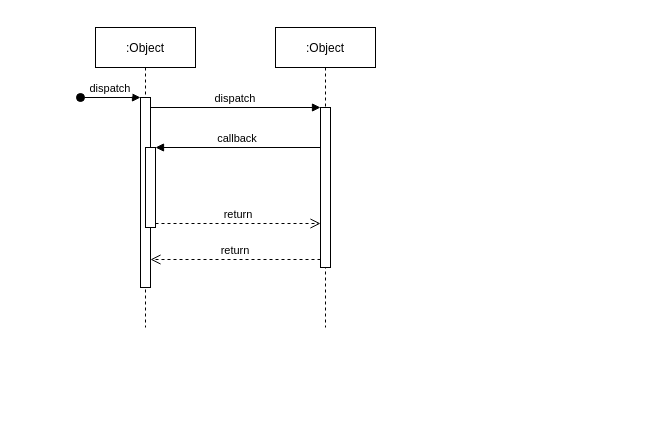
Before: Untitled Diagram.drawio in donghyeok-dev/demo, a draw.io diagram. Source tidied: cells renumbered, new cells numbered last; positions are measured from the earlier drawing's top-left corner, leaving out a move shared by most shapes. Both pictures are drawn from the tidied source at 100%, with x=0, y=0 at pixel (80, 27).
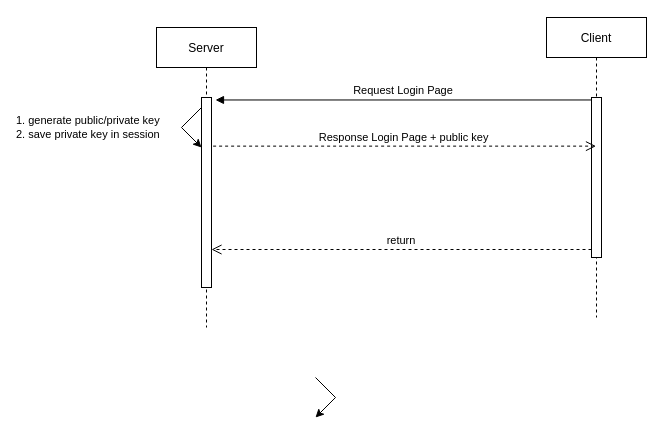
Above is the later version.

Change to the diagram source:
```diff
@@
 <mxGraphModel>
   <root>
     <mxCell id="0" />
     <mxCell id="1" parent="0" />
-    <mxCell id="2" value=":Object" style="shape=umlLifeline;perimeter=lifelinePerimeter;rounded=0;shadow=0;strokeWidth=1;" parent="1" vertex="1">
-      <mxGeometry x="15" width="100" height="300" as="geometry" />
+    <mxCell id="2" value="Server" style="shape=umlLifeline;perimeter=lifelinePerimeter;rounded=0;shadow=0;strokeWidth=1;" parent="1" vertex="1">
+      <mxGeometry x="76" width="100" height="300" as="geometry" />
     </mxCell>
     <mxCell id="3" style="points=[];perimeter=orthogonalPerimeter;rounded=0;shadow=0;strokeWidth=1;" parent="2" vertex="1">
       <mxGeometry x="45" y="70" width="10" height="190" as="geometry" />
     </mxCell>
-    <mxCell id="4" value="dispatch" style="verticalAlign=bottom;startArrow=oval;endArrow=block;startSize=8;shadow=0;strokeWidth=1;" parent="2" edge="1" target="3">
-      <mxGeometry relative="1" as="geometry">
-        <mxPoint x="-15" y="70" as="sourcePoint" />
-      </mxGeometry>
-    </mxCell>
-    <mxCell id="5" style="points=[];perimeter=orthogonalPerimeter;rounded=0;shadow=0;strokeWidth=1;" parent="2" vertex="1">
-      <mxGeometry x="50" y="120" width="10" height="80" as="geometry" />
-    </mxCell>
+    <mxCell id="12" value="1. generate&amp;nbsp;public/private key&lt;br&gt;2. save private key in session" style="endArrow=classic;html=1;rounded=0;align=left;" parent="2" edge="1">
+      <mxGeometry y="-166" relative="1" as="geometry">
+        <mxPoint x="45" y="80" as="sourcePoint" />
+        <mxPoint x="45" y="120" as="targetPoint" />
+        <Array as="points">
+          <mxPoint x="25" y="100" />
+        </Array>
+        <mxPoint x="-49" y="-117" as="offset" />
+      </mxGeometry>
+    </mxCell>
-    <mxCell id="6" value=":Object" style="shape=umlLifeline;perimeter=lifelinePerimeter;rounded=0;shadow=0;strokeWidth=1;" parent="1" vertex="1">
-      <mxGeometry x="195" width="100" height="300" as="geometry" />
+    <mxCell id="6" value="Client" style="shape=umlLifeline;perimeter=lifelinePerimeter;rounded=0;shadow=0;strokeWidth=1;" parent="1" vertex="1">
+      <mxGeometry x="466" y="-10" width="100" height="300" as="geometry" />
     </mxCell>
     <mxCell id="7" style="points=[];perimeter=orthogonalPerimeter;rounded=0;shadow=0;strokeWidth=1;" parent="6" vertex="1">
       <mxGeometry x="45" y="80" width="10" height="160" as="geometry" />
     </mxCell>
     <mxCell id="8" value="return" style="verticalAlign=bottom;endArrow=open;dashed=1;endSize=8;exitX=0;exitY=0.95;shadow=0;strokeWidth=1;" parent="1" edge="1" source="7" target="3">
       <mxGeometry relative="1" as="geometry" />
     </mxCell>
-    <mxCell id="9" value="dispatch" style="verticalAlign=bottom;endArrow=block;entryX=0;entryY=0;shadow=0;strokeWidth=1;" parent="1" edge="1" source="3" target="7">
-      <mxGeometry relative="1" as="geometry" />
-    </mxCell>
-    <mxCell id="10" value="callback" style="verticalAlign=bottom;endArrow=block;entryX=1;entryY=0;shadow=0;strokeWidth=1;" parent="1" edge="1" source="7" target="5">
+    <mxCell id="10" value="Request Login Page" style="verticalAlign=bottom;endArrow=block;entryX=1.4;entryY=0.013;shadow=0;strokeWidth=1;entryDx=0;entryDy=0;entryPerimeter=0;" parent="1" edge="1" source="7" target="3">
       <mxGeometry relative="1" as="geometry" />
     </mxCell>
-    <mxCell id="11" value="return" style="verticalAlign=bottom;endArrow=open;dashed=1;endSize=8;exitX=1;exitY=0.95;shadow=0;strokeWidth=1;" parent="1" edge="1" source="5" target="7">
+    <mxCell id="11" value="Response Login Page + public key" style="verticalAlign=bottom;endArrow=open;dashed=1;endSize=8;shadow=0;strokeWidth=1;exitX=1.162;exitY=0.256;exitDx=0;exitDy=0;exitPerimeter=0;" parent="1" edge="1" source="3" target="6">
       <mxGeometry relative="1" as="geometry" />
     </mxCell>
+    <mxCell id="13" style="endArrow=classic;html=1;rounded=0;" parent="1" edge="1">
+      <mxGeometry relative="1" as="geometry">
+        <mxPoint x="235" y="350" as="sourcePoint" />
+        <mxPoint x="235" y="390" as="targetPoint" />
+        <Array as="points">
+          <mxPoint x="255" y="370" />
+        </Array>
+      </mxGeometry>
+    </mxCell>
   </root>
 </mxGraphModel>
```
